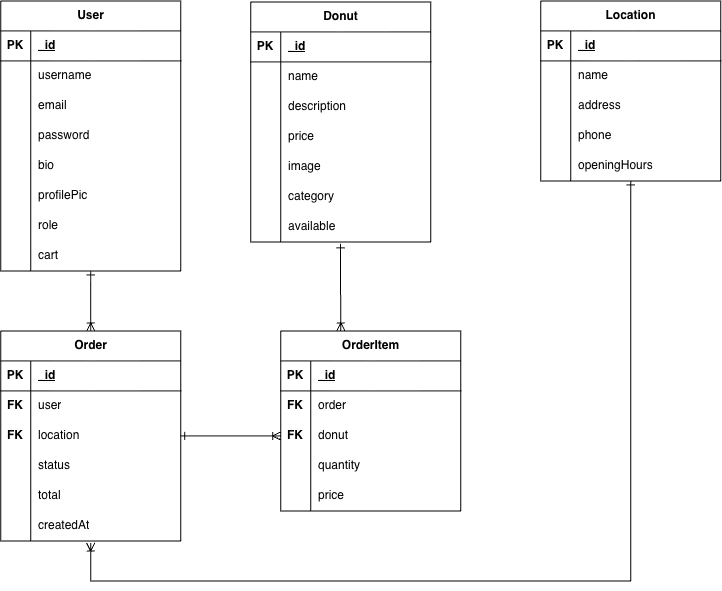
Earlier version of the draw.io export docs/erd.png (fatema-maitham/donut-house). Source tidied: cells renumbered, new cells last; positions are measured from the earlier drawing's top-left corner, leaving out a move shared by most shapes.
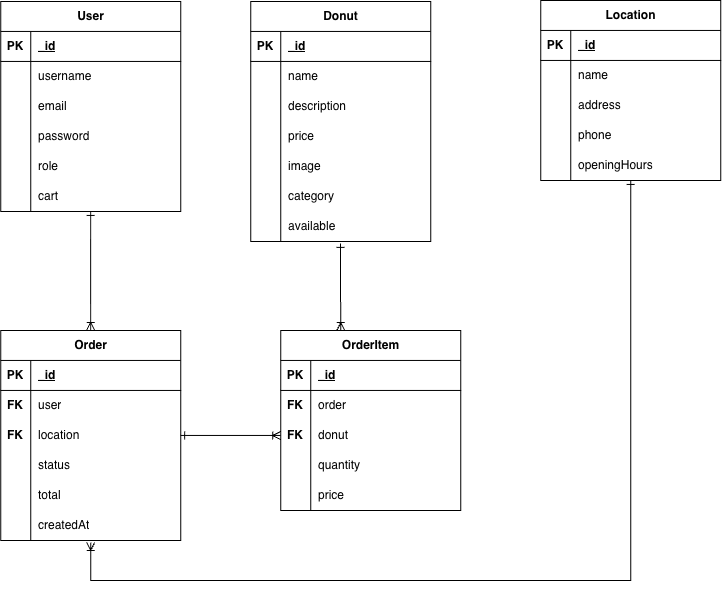
Above is the later version.

Diff of the diagram source:
```diff
@@ -6,7 +6,7 @@
       <mxGeometry relative="1" as="geometry" />
     </mxCell>
     <mxCell id="3" value="&lt;span style=&quot;background-color: light-dark(#ffffff, var(--ge-dark-color, #121212));&quot;&gt;User&lt;/span&gt;" style="shape=table;startSize=30;rowLines=0;fontStyle=1;align=center;html=1;labelBackgroundColor=default;swimlaneFillColor=none;" parent="1" vertex="1">
-      <mxGeometry width="180" height="270" as="geometry" />
+      <mxGeometry y="1" width="180" height="210" as="geometry" />
     </mxCell>
     <mxCell id="4" style="shape=tableRow;horizontal=0;startSize=0;swimlaneHead=0;swimlaneBody=0;fillColor=none;top=0;left=0;right=0;bottom=1;" parent="3" vertex="1">
       <mxGeometry y="30" width="180" height="30" as="geometry" />
@@ -44,26 +44,8 @@
     <mxCell id="15" value="password" style="shape=partialRectangle;fillColor=none;top=0;left=0;bottom=0;right=0;align=left;spacingLeft=6;overflow=hidden;whiteSpace=wrap;html=1;" parent="13" vertex="1">
       <mxGeometry x="30" width="150" height="30" as="geometry" />
     </mxCell>
-    <mxCell id="16" style="shape=tableRow;horizontal=0;startSize=0;swimlaneHead=0;swimlaneBody=0;fillColor=none;top=0;left=0;right=0;bottom=0;" parent="3" vertex="1">
-      <mxGeometry y="150" width="180" height="30" as="geometry" />
-    </mxCell>
-    <mxCell id="17" style="shape=partialRectangle;fillColor=none;top=0;left=0;bottom=0;right=0;overflow=hidden;whiteSpace=wrap;html=1;" parent="16" vertex="1">
-      <mxGeometry width="30" height="30" as="geometry" />
-    </mxCell>
-    <mxCell id="18" value="bio" style="shape=partialRectangle;fillColor=none;top=0;left=0;bottom=0;right=0;align=left;spacingLeft=6;overflow=hidden;whiteSpace=wrap;html=1;" parent="16" vertex="1">
-      <mxGeometry x="30" width="150" height="30" as="geometry" />
-    </mxCell>
-    <mxCell id="19" style="shape=tableRow;horizontal=0;startSize=0;swimlaneHead=0;swimlaneBody=0;fillColor=none;top=0;left=0;right=0;bottom=0;" parent="3" vertex="1">
-      <mxGeometry y="180" width="180" height="30" as="geometry" />
-    </mxCell>
-    <mxCell id="20" style="shape=partialRectangle;fillColor=none;top=0;left=0;bottom=0;right=0;overflow=hidden;whiteSpace=wrap;html=1;" parent="19" vertex="1">
-      <mxGeometry width="30" height="30" as="geometry" />
-    </mxCell>
-    <mxCell id="21" value="profilePic" style="shape=partialRectangle;fillColor=none;top=0;left=0;bottom=0;right=0;align=left;spacingLeft=6;overflow=hidden;whiteSpace=wrap;html=1;" parent="19" vertex="1">
-      <mxGeometry x="30" width="150" height="30" as="geometry" />
-    </mxCell>
     <mxCell id="22" style="shape=tableRow;horizontal=0;startSize=0;swimlaneHead=0;swimlaneBody=0;fillColor=none;top=0;left=0;right=0;bottom=0;" parent="3" vertex="1">
-      <mxGeometry y="210" width="180" height="30" as="geometry" />
+      <mxGeometry y="150" width="180" height="30" as="geometry" />
     </mxCell>
     <mxCell id="23" style="shape=partialRectangle;fillColor=none;top=0;left=0;bottom=0;right=0;overflow=hidden;whiteSpace=wrap;html=1;" parent="22" vertex="1">
       <mxGeometry width="30" height="30" as="geometry" />
@@ -72,7 +54,7 @@
       <mxGeometry x="30" width="150" height="30" as="geometry" />
     </mxCell>
     <mxCell id="25" style="shape=tableRow;horizontal=0;startSize=0;swimlaneHead=0;swimlaneBody=0;fillColor=none;top=0;left=0;right=0;bottom=0;" parent="3" vertex="1">
-      <mxGeometry y="240" width="180" height="30" as="geometry" />
+      <mxGeometry y="180" width="180" height="30" as="geometry" />
     </mxCell>
     <mxCell id="26" style="shape=partialRectangle;fillColor=none;top=0;left=0;bottom=0;right=0;overflow=hidden;whiteSpace=wrap;html=1;" parent="25" vertex="1">
       <mxGeometry width="30" height="30" as="geometry" />
```
